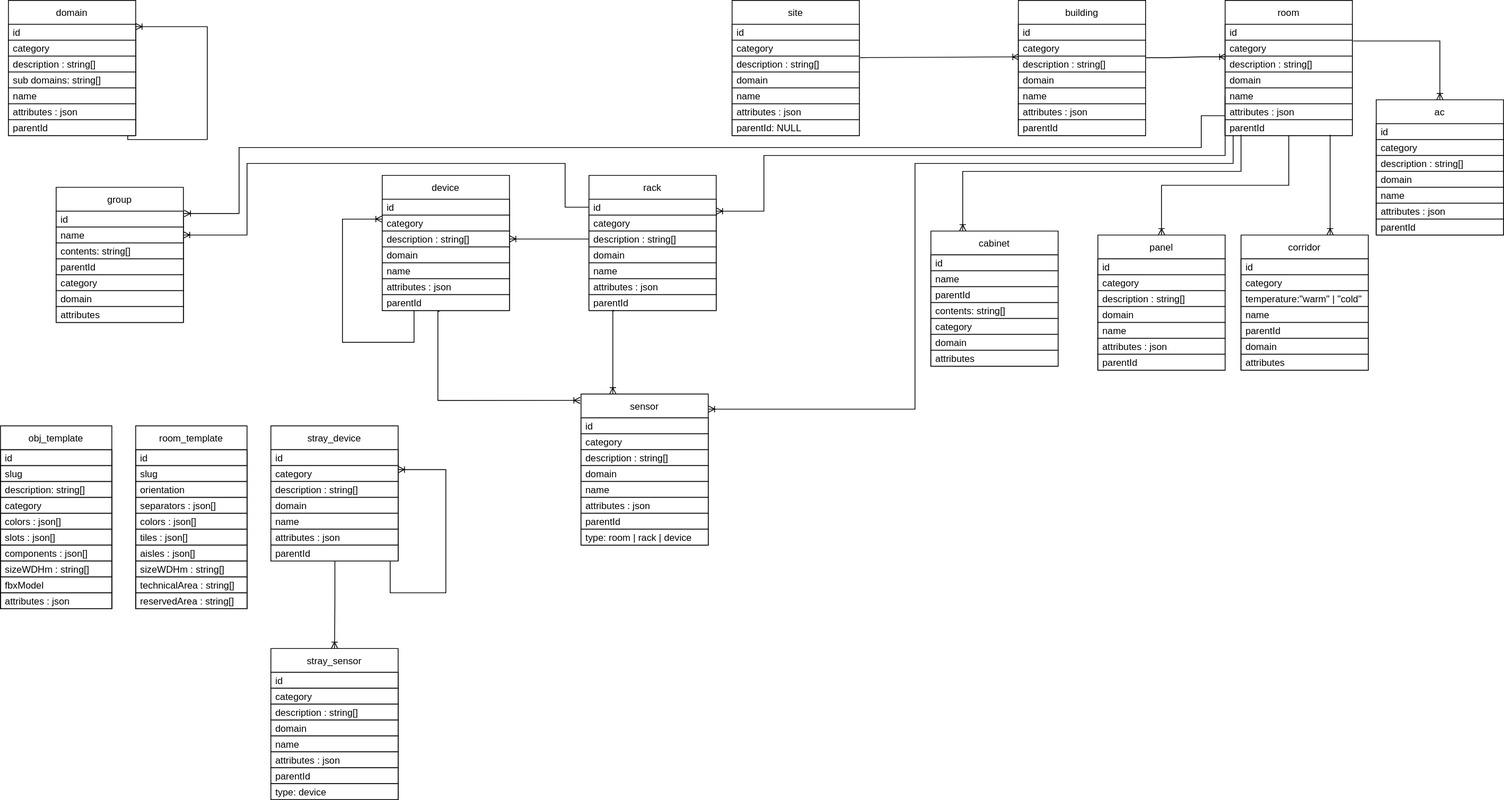
Before: resources/diagrams/DB_Diagram.svg, a diagram exported from draw.io (ditrit/OGrEE-Core). Source tidied: cells renumbered, new cells last; positions are measured from the earlier drawing's top-left corner, leaving out a move shared by most shapes.
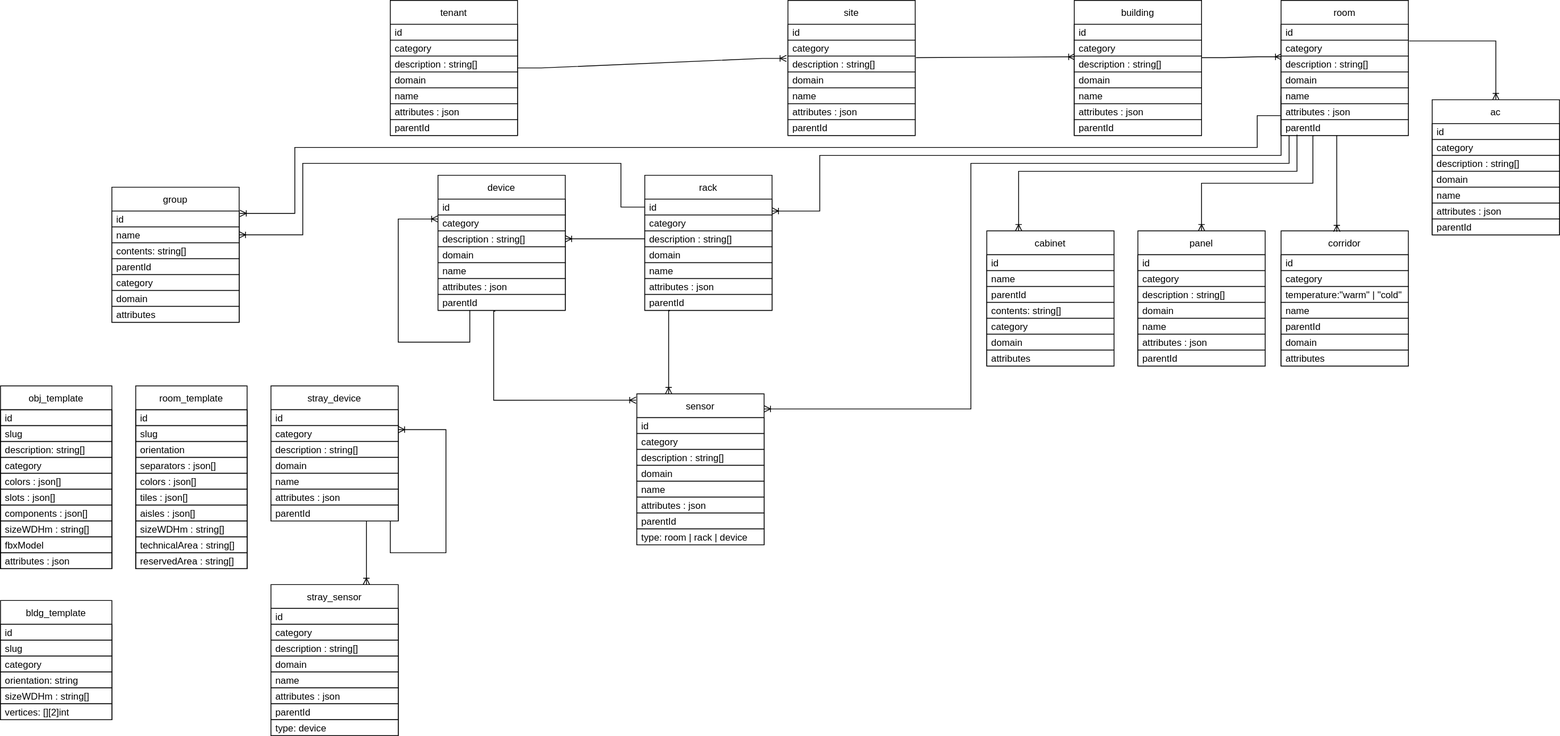
After the change.

The edit, as a diff of the source:
```diff
@@ -2,8 +2,8 @@
   <root>
     <mxCell id="0" />
     <mxCell id="1" parent="0" />
-    <mxCell id="2" value="domain" style="swimlane;fontStyle=0;horizontal=1;startSize=30;fillColor=default;strokeColor=default;fontColor=default;" parent="1" vertex="1">
-      <mxGeometry x="10" width="160" height="170" as="geometry" />
+    <mxCell id="2" value="tenant" style="swimlane;fontStyle=0;horizontal=1;startSize=30;fillColor=default;strokeColor=default;fontColor=default;" parent="1" vertex="1">
+      <mxGeometry x="420" width="160" height="170" as="geometry" />
     </mxCell>
     <mxCell id="3" value="id" style="text;strokeColor=default;fillColor=default;align=left;verticalAlign=middle;spacingLeft=4;spacingRight=4;overflow=hidden;points=[[0,0.5],[1,0.5]];portConstraint=eastwest;fontColor=default;" parent="2" vertex="1">
       <mxGeometry y="30" width="160" height="20" as="geometry" />
@@ -14,7 +14,7 @@
     <mxCell id="5" value="description : string[]" style="text;strokeColor=default;fillColor=default;align=left;verticalAlign=middle;spacingLeft=4;spacingRight=4;overflow=hidden;fontColor=default;" parent="2" vertex="1">
       <mxGeometry y="70" width="160" height="20" as="geometry" />
     </mxCell>
-    <mxCell id="6" value="sub domains: string[]" style="text;strokeColor=default;fillColor=default;align=left;verticalAlign=middle;spacingLeft=4;spacingRight=4;overflow=hidden;fontColor=default;" parent="2" vertex="1">
+    <mxCell id="6" value="domain" style="text;strokeColor=default;fillColor=default;align=left;verticalAlign=middle;spacingLeft=4;spacingRight=4;overflow=hidden;fontColor=default;" parent="2" vertex="1">
       <mxGeometry y="90" width="160" height="20" as="geometry" />
     </mxCell>
     <mxCell id="7" value="name" style="text;strokeColor=default;fillColor=default;align=left;verticalAlign=middle;spacingLeft=4;spacingRight=4;overflow=hidden;fontColor=default;" parent="2" vertex="1">
@@ -26,16 +26,9 @@
     <mxCell id="9" value="parentId" style="text;strokeColor=default;fillColor=default;align=left;verticalAlign=middle;spacingLeft=4;spacingRight=4;overflow=hidden;points=[[0,0.5],[1,0.5]];portConstraint=eastwest;fontColor=default;" parent="2" vertex="1">
       <mxGeometry y="150" width="160" height="20" as="geometry" />
     </mxCell>
-    <mxCell id="10" style="edgeStyle=orthogonalEdgeStyle;rounded=0;jettySize=auto;html=1;labelBackgroundColor=default;fontColor=default;endArrow=ERoneToMany;endFill=0;strokeColor=default;exitX=0.994;exitY=1;exitDx=0;exitDy=0;exitPerimeter=0;entryX=1;entryY=0.15;entryDx=0;entryDy=0;entryPerimeter=0;" parent="2" edge="1" source="9" target="3">
-      <mxGeometry relative="1" as="geometry">
-        <Array as="points">
-          <mxPoint x="150" y="170" />
-          <mxPoint x="150" y="175" />
-          <mxPoint x="250" y="175" />
-          <mxPoint x="250" y="33" />
-        </Array>
-      </mxGeometry>
-    </mxCell>
+    <mxCell id="165" style="endArrow=ERoneToMany;html=1;rounded=0;labelBackgroundColor=default;fontColor=default;strokeColor=default;entryX=-0.012;entryY=0.15;entryDx=0;entryDy=0;exitX=1;exitY=0.5;exitDx=0;exitDy=0;entryPerimeter=0;edgeStyle=entityRelationEdgeStyle;endFill=0;" parent="1" edge="1" source="2" target="27">
+      <mxGeometry relative="1" as="geometry" />
+    </mxCell>
     <mxCell id="11" style="endArrow=ERoneToMany;html=1;rounded=0;labelBackgroundColor=default;fontColor=default;strokeColor=default;entryX=0.006;entryY=1.05;entryDx=0;entryDy=0;entryPerimeter=0;endFill=0;exitX=1.006;exitY=0.1;exitDx=0;exitDy=0;exitPerimeter=0;" parent="1" edge="1" source="27" target="34">
       <mxGeometry relative="1" as="geometry" />
     </mxCell>
@@ -43,7 +36,7 @@
       <mxGeometry relative="1" as="geometry" />
     </mxCell>
     <mxCell id="13" value="room_template" style="swimlane;fontStyle=0;horizontal=1;startSize=30;fontColor=default;strokeColor=default;fillColor=default;" parent="1" vertex="1">
-      <mxGeometry x="170" y="535" width="140" height="230" as="geometry" />
+      <mxGeometry x="100" y="485" width="140" height="230" as="geometry" />
     </mxCell>
     <mxCell id="14" value="id" style="text;strokeColor=default;fillColor=none;align=left;verticalAlign=middle;spacingLeft=4;spacingRight=4;overflow=hidden;fontColor=default;" parent="13" vertex="1">
       <mxGeometry y="30" width="140" height="20" as="geometry" />
@@ -96,7 +89,7 @@
     <mxCell id="30" value="attributes : json" style="text;strokeColor=default;fillColor=default;align=left;verticalAlign=middle;spacingLeft=4;spacingRight=4;overflow=hidden;fontColor=default;" parent="24" vertex="1">
       <mxGeometry y="130" width="160" height="20" as="geometry" />
     </mxCell>
-    <mxCell id="31" value="parentId: NULL" style="text;strokeColor=default;fillColor=default;align=left;verticalAlign=middle;spacingLeft=4;spacingRight=4;overflow=hidden;fontColor=default;" parent="24" vertex="1">
+    <mxCell id="31" value="parentId" style="text;strokeColor=default;fillColor=default;align=left;verticalAlign=middle;spacingLeft=4;spacingRight=4;overflow=hidden;fontColor=default;" parent="24" vertex="1">
       <mxGeometry y="150" width="160" height="20" as="geometry" />
     </mxCell>
     <mxCell id="32" value="building" style="swimlane;fontStyle=0;horizontal=1;startSize=30;fillColor=default;strokeColor=default;fontColor=default;" parent="1" vertex="1">
@@ -232,7 +225,7 @@
       </mxGeometry>
     </mxCell>
     <mxCell id="70" value="obj_template" style="swimlane;fontStyle=0;horizontal=1;startSize=30;fontColor=default;strokeColor=default;fillColor=default;" parent="1" vertex="1">
-      <mxGeometry y="535" width="140" height="230" as="geometry" />
+      <mxGeometry x="-70" y="485" width="140" height="230" as="geometry" />
     </mxCell>
     <mxCell id="71" value="id" style="text;strokeColor=default;fillColor=none;align=left;verticalAlign=middle;spacingLeft=4;spacingRight=4;overflow=hidden;fontColor=default;" parent="70" vertex="1">
       <mxGeometry y="30" width="140" height="20" as="geometry" />
@@ -336,7 +329,7 @@
       <mxGeometry y="150" width="160" height="20" as="geometry" />
     </mxCell>
     <mxCell id="101" value="corridor" style="swimlane;fontStyle=0;horizontal=1;startSize=30;fillColor=default;strokeColor=default;fontColor=default;" parent="1" vertex="1">
-      <mxGeometry x="1560" y="295" width="160" height="170" as="geometry" />
+      <mxGeometry x="1540" y="290" width="160" height="170" as="geometry" />
     </mxCell>
     <mxCell id="102" value="id" style="text;strokeColor=default;fillColor=default;align=left;verticalAlign=middle;spacingLeft=4;spacingRight=4;overflow=hidden;fontColor=default;" parent="101" vertex="1">
       <mxGeometry y="30" width="160" height="20" as="geometry" />
@@ -426,7 +419,7 @@
       <mxGeometry y="150" width="160" height="20" as="geometry" />
     </mxCell>
     <mxCell id="131" value="panel" style="swimlane;fontStyle=0;horizontal=1;startSize=30;fillColor=default;strokeColor=default;fontColor=default;" parent="1" vertex="1">
-      <mxGeometry x="1380" y="295" width="160" height="170" as="geometry" />
+      <mxGeometry x="1360" y="290" width="160" height="170" as="geometry" />
     </mxCell>
     <mxCell id="132" value="id" style="text;strokeColor=default;fillColor=default;align=left;verticalAlign=middle;spacingLeft=4;spacingRight=4;overflow=hidden;fontColor=default;" parent="131" vertex="1">
       <mxGeometry y="30" width="160" height="20" as="geometry" />
@@ -464,15 +457,18 @@
         </Array>
       </mxGeometry>
     </mxCell>
-    <mxCell id="141" style="endArrow=ERoneToMany;html=1;rounded=0;labelBackgroundColor=default;fontColor=default;strokeColor=default;edgeStyle=orthogonalEdgeStyle;endFill=0;entryX=0.5;entryY=0;entryDx=0;entryDy=0;exitX=0.5;exitY=1;exitDx=0;exitDy=0;" parent="1" edge="1" source="40" target="131">
-      <mxGeometry relative="1" as="geometry" />
+    <mxCell id="141" style="endArrow=ERoneToMany;html=1;rounded=0;labelBackgroundColor=default;fontColor=default;strokeColor=default;edgeStyle=orthogonalEdgeStyle;endFill=0;entryX=0.5;entryY=0;entryDx=0;entryDy=0;exitX=0.263;exitY=1;exitDx=0;exitDy=0;exitPerimeter=0;" parent="1" edge="1" source="50" target="131">
+      <mxGeometry relative="1" as="geometry">
+        <Array as="points">
+          <mxPoint x="1580" y="170" />
+          <mxPoint x="1580" y="230" />
+          <mxPoint x="1440" y="230" />
+        </Array>
+      </mxGeometry>
     </mxCell>
-    <mxCell id="142" style="endArrow=ERoneToMany;html=1;rounded=0;labelBackgroundColor=default;fontColor=default;strokeColor=default;edgeStyle=orthogonalEdgeStyle;endFill=0;exitX=0.825;exitY=0.95;exitDx=0;exitDy=0;exitPerimeter=0;" parent="1" edge="1" source="50">
+    <mxCell id="142" style="endArrow=ERoneToMany;html=1;rounded=0;labelBackgroundColor=default;fontColor=default;strokeColor=default;edgeStyle=orthogonalEdgeStyle;endFill=0;entryX=0.438;entryY=0.006;entryDx=0;entryDy=0;entryPerimeter=0;" parent="1" edge="1" target="101">
       <mxGeometry relative="1" as="geometry">
-        <mxPoint x="1672" y="295" as="targetPoint" />
-        <Array as="points">
-          <mxPoint x="1672" y="295" />
-        </Array>
+        <mxPoint x="1610" y="170" as="sourcePoint" />
       </mxGeometry>
     </mxCell>
     <mxCell id="143" style="edgeStyle=orthogonalEdgeStyle;rounded=0;jettySize=auto;html=1;labelBackgroundColor=default;fontColor=default;endArrow=ERoneToMany;endFill=0;strokeColor=default;entryX=-0.006;entryY=0.042;entryDx=0;entryDy=0;entryPerimeter=0;exitX=0.45;exitY=1.05;exitDx=0;exitDy=0;exitPerimeter=0;" parent="1" edge="1" source="67" target="81">
@@ -506,7 +502,7 @@
       </mxGeometry>
     </mxCell>
     <mxCell id="146" value="stray_device" style="swimlane;fontStyle=0;horizontal=1;startSize=30;fillColor=default;strokeColor=default;fontColor=default;" parent="1" vertex="1">
-      <mxGeometry x="340" y="535" width="160" height="170" as="geometry" />
+      <mxGeometry x="270" y="485" width="160" height="170" as="geometry" />
     </mxCell>
     <mxCell id="147" value="id" style="text;strokeColor=default;fillColor=default;align=left;verticalAlign=middle;spacingLeft=4;spacingRight=4;overflow=hidden;fontColor=default;" parent="146" vertex="1">
       <mxGeometry y="30" width="160" height="20" as="geometry" />
@@ -542,7 +538,7 @@
       </mxGeometry>
     </mxCell>
     <mxCell id="155" value="stray_sensor" style="swimlane;fontStyle=0;horizontal=1;startSize=30;fillColor=default;strokeColor=default;fontColor=default;" parent="1" vertex="1">
-      <mxGeometry x="340" y="815" width="160" height="190" as="geometry" />
+      <mxGeometry x="270" y="735" width="160" height="190" as="geometry" />
     </mxCell>
     <mxCell id="156" value="id" style="text;strokeColor=default;fillColor=default;align=left;verticalAlign=middle;spacingLeft=4;spacingRight=4;overflow=hidden;fontColor=default;" parent="155" vertex="1">
       <mxGeometry y="30" width="160" height="20" as="geometry" />
@@ -568,10 +564,35 @@
     <mxCell id="163" value="type:  device" style="text;strokeColor=default;fillColor=default;align=left;verticalAlign=middle;spacingLeft=4;spacingRight=4;overflow=hidden;fontColor=default;" parent="155" vertex="1">
       <mxGeometry y="170" width="160" height="20" as="geometry" />
     </mxCell>
-    <mxCell id="164" style="edgeStyle=orthogonalEdgeStyle;rounded=0;jettySize=auto;html=1;entryX=0.5;entryY=0;entryDx=0;entryDy=0;labelBackgroundColor=default;fontColor=default;endArrow=ERoneToMany;endFill=0;strokeColor=default;exitX=0.194;exitY=1.05;exitDx=0;exitDy=0;exitPerimeter=0;" parent="1" edge="1" target="155">
-      <mxGeometry relative="1" as="geometry">
-        <mxPoint x="420.5" y="705" as="sourcePoint" />
-      </mxGeometry>
-    </mxCell>
+    <mxCell id="166" style="endArrow=ERoneToMany;html=1;rounded=0;labelBackgroundColor=default;fontColor=default;strokeColor=default;edgeStyle=orthogonalEdgeStyle;endFill=0;exitX=0.5;exitY=1;exitDx=0;exitDy=0;entryX=0.75;entryY=0;entryDx=0;entryDy=0;" parent="1" edge="1" target="155">
+      <mxGeometry relative="1" as="geometry">
+        <mxPoint x="390" y="655" as="sourcePoint" />
+        <Array as="points">
+          <mxPoint x="390" y="695" />
+          <mxPoint x="390" y="695" />
+        </Array>
+      </mxGeometry>
+    </mxCell>
+    <mxCell id="167" value="bldg_template" style="swimlane;fontStyle=0;horizontal=1;startSize=30;fillColor=default;strokeColor=default;fontColor=default;" parent="1" vertex="1">
+      <mxGeometry x="-70" y="755" width="140" height="150" as="geometry" />
+    </mxCell>
+    <mxCell id="168" value="id" style="text;strokeColor=default;fillColor=default;align=left;verticalAlign=middle;spacingLeft=4;spacingRight=4;overflow=hidden;fontColor=default;" parent="167" vertex="1">
+      <mxGeometry y="30" width="140" height="20" as="geometry" />
+    </mxCell>
+    <mxCell id="169" value="slug" style="text;strokeColor=default;fillColor=default;align=left;verticalAlign=middle;spacingLeft=4;spacingRight=4;overflow=hidden;fontColor=default;" parent="167" vertex="1">
+      <mxGeometry y="50" width="140" height="20" as="geometry" />
+    </mxCell>
+    <mxCell id="170" value="category" style="text;strokeColor=default;fillColor=default;align=left;verticalAlign=middle;spacingLeft=4;spacingRight=4;overflow=hidden;fontColor=default;" parent="167" vertex="1">
+      <mxGeometry y="70" width="140" height="20" as="geometry" />
+    </mxCell>
+    <mxCell id="171" value="orientation: string" style="text;strokeColor=default;fillColor=default;align=left;verticalAlign=middle;spacingLeft=4;spacingRight=4;overflow=hidden;fontColor=default;" parent="167" vertex="1">
+      <mxGeometry y="90" width="140" height="20" as="geometry" />
+    </mxCell>
+    <mxCell id="172" value="sizeWDHm : string[]" style="text;strokeColor=default;fillColor=default;align=left;verticalAlign=middle;spacingLeft=4;spacingRight=4;overflow=hidden;fontColor=default;" parent="167" vertex="1">
+      <mxGeometry y="110" width="140" height="20" as="geometry" />
+    </mxCell>
+    <mxCell id="173" value="vertices: [][2]int" style="text;strokeColor=default;fillColor=default;align=left;verticalAlign=middle;spacingLeft=4;spacingRight=4;overflow=hidden;fontColor=default;" parent="167" vertex="1">
+      <mxGeometry y="130" width="140" height="20" as="geometry" />
+    </mxCell>
   </root>
 </mxGraphModel>
```
